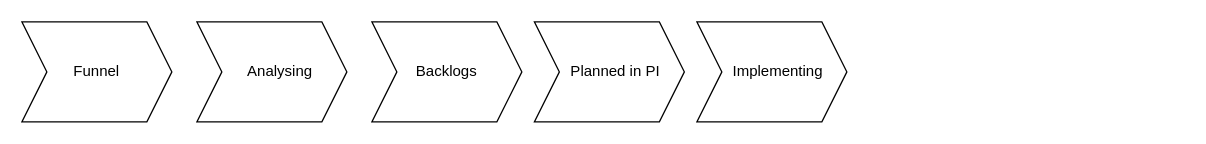
Before: azureboards.drawio in surajnaik90/Architectures-Designs, a draw.io diagram. Source tidied: cells renumbered, new cells numbered last; positions are measured from the earlier drawing's top-left corner, leaving out a move shared by most shapes. Both pictures are drawn from the tidied source at 125%, with x=0, y=0 at pixel (21, 21).
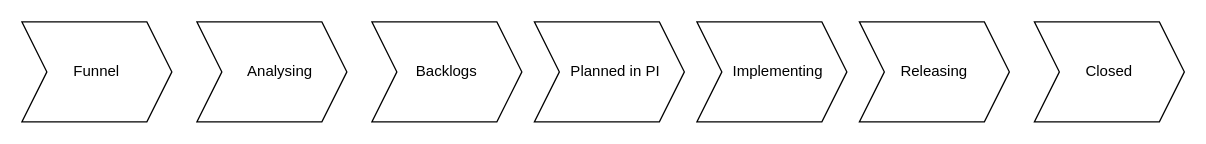
Above is the later version.

Change to the diagram source:
```diff
@@
 <mxGraphModel>
   <root>
     <mxCell id="0" />
     <mxCell id="1" parent="0" />
     <mxCell id="2" value="&amp;nbsp; &amp;nbsp; &amp;nbsp;Analysing&lt;span style=&quot;white-space: pre;&quot;&gt; &lt;/span&gt;" style="shape=step;perimeter=stepPerimeter;whiteSpace=wrap;html=1;fixedSize=1;" parent="1" vertex="1">
       <mxGeometry x="140" width="120" height="80" as="geometry" />
     </mxCell>
     <mxCell id="3" value="Funnel" style="shape=step;perimeter=stepPerimeter;whiteSpace=wrap;html=1;fixedSize=1;" parent="1" vertex="1">
       <mxGeometry width="120" height="80" as="geometry" />
     </mxCell>
     <mxCell id="4" value="Backlogs" style="shape=step;perimeter=stepPerimeter;whiteSpace=wrap;html=1;fixedSize=1;" parent="1" vertex="1">
       <mxGeometry x="280" width="120" height="80" as="geometry" />
     </mxCell>
     <mxCell id="5" value="&amp;nbsp; &amp;nbsp;Planned in PI" style="shape=step;perimeter=stepPerimeter;whiteSpace=wrap;html=1;fixedSize=1;" parent="1" vertex="1">
       <mxGeometry x="410" width="120" height="80" as="geometry" />
     </mxCell>
     <mxCell id="6" value="&amp;nbsp; &amp;nbsp;Implementing" style="shape=step;perimeter=stepPerimeter;whiteSpace=wrap;html=1;fixedSize=1;" parent="1" vertex="1">
       <mxGeometry x="540" width="120" height="80" as="geometry" />
     </mxCell>
+    <mxCell id="7" value="Releasing" style="shape=step;perimeter=stepPerimeter;whiteSpace=wrap;html=1;fixedSize=1;" parent="1" vertex="1">
+      <mxGeometry x="670" width="120" height="80" as="geometry" />
+    </mxCell>
+    <mxCell id="8" value="Closed" style="shape=step;perimeter=stepPerimeter;whiteSpace=wrap;html=1;fixedSize=1;" parent="1" vertex="1">
+      <mxGeometry x="810" width="120" height="80" as="geometry" />
+    </mxCell>
   </root>
 </mxGraphModel>
```
